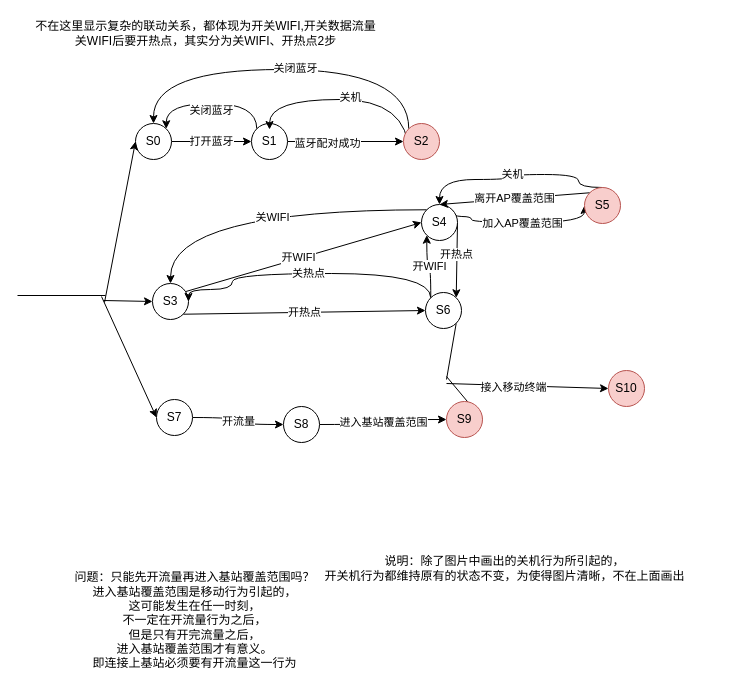
Above: page "方法三：并行自动机" (8 of 9) of 时间自动机.drawio in Icarus1994/neutron_conf (draw.io), before the change. Source tidied: cells renumbered, new cells numbered last; positions are measured from the earlier drawing's top-left corner, leaving out a move shared by most shapes. Both pictures are drawn from the tidied source at 100%, with x=0, y=0 at pixel (17, 17).
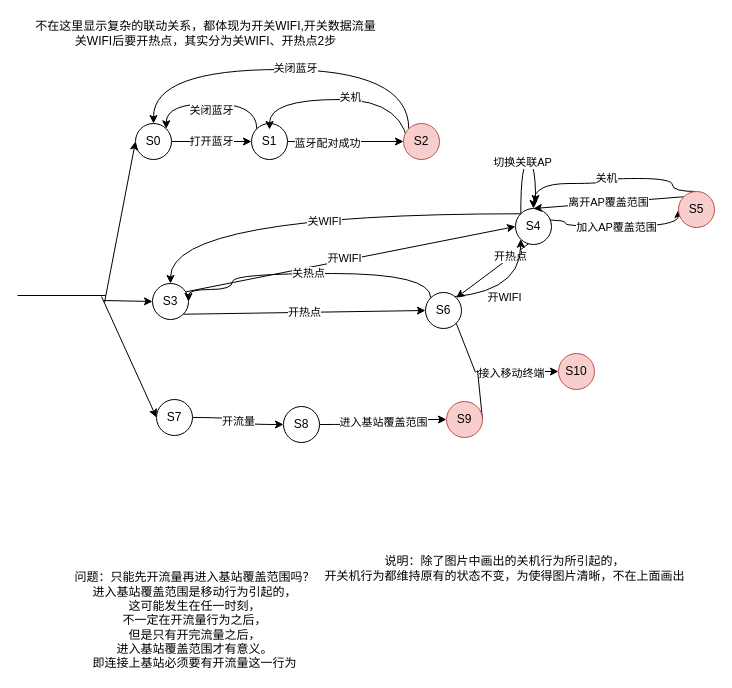
The same page after the edit.

The change refers to these unchanged cells:
```xml
<mxCell id="21" value="S6" style="ellipse;whiteSpace=wrap;html=1;" parent="1" vertex="1">
  <mxGeometry x="408" y="275" width="36" height="36" as="geometry" />
</mxCell>
<mxCell id="25" value="S9" style="ellipse;whiteSpace=wrap;html=1;fillColor=#f8cecc;strokeColor=#b85450;" parent="1" vertex="1">
  <mxGeometry x="429" y="384" width="36" height="36" as="geometry" />
</mxCell>
```

The edit, as a diff of the source:
```diff
@@
     <mxCell id="13" style="rounded=0;jettySize=auto;html=1;exitX=1;exitY=0;exitDx=0;exitDy=0;entryX=0;entryY=0.5;entryDx=0;entryDy=0;edgeStyle=orthogonalEdgeStyle;curved=1;" parent="1" edge="1" source="17" target="31">
       <mxGeometry relative="1" as="geometry">
         <Array as="points">
-          <mxPoint x="435" y="199" />
-          <mxPoint x="454" y="199" />
-          <mxPoint x="454" y="205" />
-          <mxPoint x="567" y="205" />
+          <mxPoint x="529" y="203" />
+          <mxPoint x="548" y="203" />
+          <mxPoint x="548" y="209" />
+          <mxPoint x="661" y="209" />
         </Array>
       </mxGeometry>
     </mxCell>
@@
+    <mxCell id="47" value="切换关联AP" style="edgeStyle=orthogonalEdgeStyle;curved=1;rounded=0;jettySize=auto;html=1;exitX=0;exitY=0;exitDx=0;exitDy=0;startArrow=none;startFill=0;endArrow=classic;endFill=1;" parent="1" edge="1" source="17">
+      <mxGeometry relative="1" as="geometry">
+        <mxPoint x="518" y="186" as="targetPoint" />
+        <Array as="points">
+          <mxPoint x="503" y="145" />
+          <mxPoint x="518" y="145" />
+        </Array>
+      </mxGeometry>
+    </mxCell>
     <mxCell id="17" value="S4" style="ellipse;whiteSpace=wrap;html=1;" parent="1" vertex="1">
-      <mxGeometry x="404" y="187" width="36" height="36" as="geometry" />
+      <mxGeometry x="498" y="191" width="36" height="36" as="geometry" />
     </mxCell>
@@
     <mxCell id="19" style="edgeStyle=none;rounded=0;jettySize=auto;html=1;exitX=1;exitY=1;exitDx=0;exitDy=0;endArrow=none;endFill=0;" parent="1" edge="1" source="21">
       <mxGeometry relative="1" as="geometry">
-        <mxPoint x="429" y="362" as="targetPoint" />
+        <mxPoint x="458" y="355" as="targetPoint" />
       </mxGeometry>
     </mxCell>
@@
     <mxCell id="24" style="edgeStyle=none;rounded=0;jettySize=auto;html=1;exitX=1;exitY=0.5;exitDx=0;exitDy=0;endArrow=none;endFill=0;" parent="1" edge="1" source="25">
       <mxGeometry relative="1" as="geometry">
-        <mxPoint x="429" y="359" as="targetPoint" />
+        <mxPoint x="460" y="353" as="targetPoint" />
       </mxGeometry>
     </mxCell>
@@
     <mxCell id="26" style="edgeStyle=none;rounded=0;jettySize=auto;html=1;exitX=0;exitY=0.5;exitDx=0;exitDy=0;endArrow=none;endFill=0;startArrow=classic;startFill=1;" parent="1" edge="1" source="28">
       <mxGeometry relative="1" as="geometry">
-        <mxPoint x="429" y="366" as="targetPoint" />
+        <mxPoint x="459" y="354" as="targetPoint" />
       </mxGeometry>
     </mxCell>
@@
     <mxCell id="28" value="S10" style="ellipse;whiteSpace=wrap;html=1;fillColor=#f8cecc;strokeColor=#b85450;" parent="1" vertex="1">
-      <mxGeometry x="591" y="353" width="36" height="36" as="geometry" />
+      <mxGeometry x="541" y="336" width="36" height="36" as="geometry" />
     </mxCell>
@@
     <mxCell id="30" value="关机" style="edgeStyle=orthogonalEdgeStyle;rounded=0;jettySize=auto;html=1;exitX=0.5;exitY=0;exitDx=0;exitDy=0;entryX=0.5;entryY=0;entryDx=0;entryDy=0;curved=1;" parent="1" edge="1" source="31" target="17">
       <mxGeometry relative="1" as="geometry">
         <Array as="points">
-          <mxPoint x="561" y="157" />
-          <mxPoint x="493" y="157" />
-          <mxPoint x="493" y="162" />
-          <mxPoint x="422" y="162" />
+          <mxPoint x="655" y="161" />
+          <mxPoint x="587" y="161" />
+          <mxPoint x="587" y="166" />
+          <mxPoint x="516" y="166" />
         </Array>
       </mxGeometry>
     </mxCell>
     <mxCell id="31" value="S5" style="ellipse;whiteSpace=wrap;html=1;fillColor=#f8cecc;strokeColor=#b85450;" parent="1" vertex="1">
-      <mxGeometry x="567" y="170" width="36" height="36" as="geometry" />
+      <mxGeometry x="661" y="174" width="36" height="36" as="geometry" />
     </mxCell>
```
